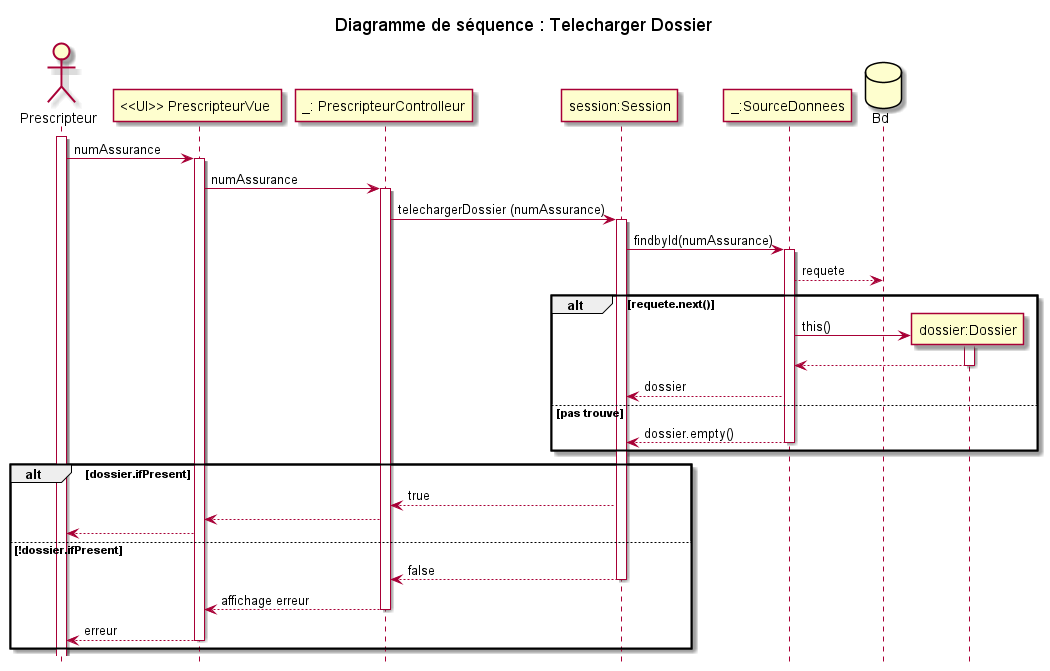
Before: models/Diagramme_Sequences/Telecharger_dossier/sequence_diagram_telechargerDossier.png, a diagram exported from PlantUML (fethiuqam/INF5153-Projet-Session). The source it was exported from:
```plantuml
@startuml

title Diagramme de séquence : Telecharger Dossier
hide footbox

actor "Prescripteur" as doc

participant "<<UI>> PrescripteurVue " as pv
participant "_: PrescripteurControlleur" as pc
participant "session:Session" as ses
participant "_:SourceDonnees" as sd
database "Bd" as bd

activate doc
doc -> pv : numAssurance
activate pv
pv -> pc : numAssurance
activate pc
pc -> ses : telechargerDossier (numAssurance)
activate ses
ses -> sd : findbyId(numAssurance)
activate sd
sd --> bd : requete
alt requete.next()
    create participant "dossier:Dossier" as d
    sd -> d : this()
    activate d
    d --> sd
    deactivate d
    sd --> ses : dossier
else pas trouve
    sd --> ses : dossier.empty()
    deactivate sd
end

alt dossier.ifPresent
    ses --> pc : true
    pc --> pv
    pv --> doc
else !dossier.ifPresent
    ses --> pc : false
    deactivate ses
    pc --> pv : affichage erreur
    deactivate pc
    pv --> doc : erreur
    deactivate pv
end

@enduml
```
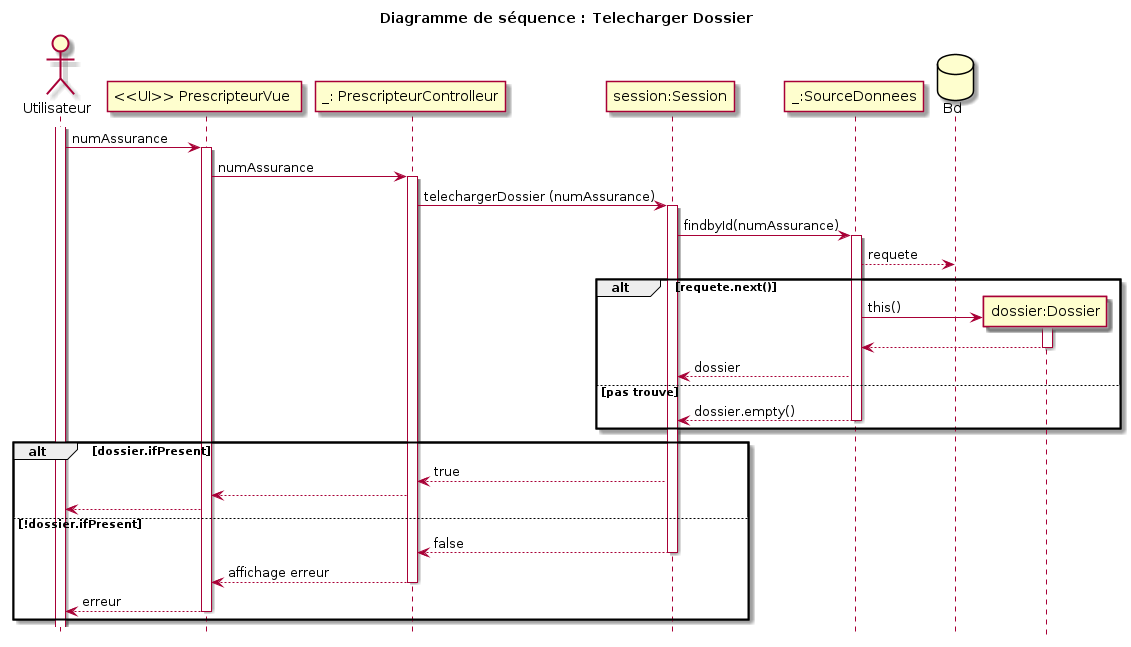
After the change.

Commit message:
ajout de quelques introductions pour les diagrammes

What changed in the source:
```diff
@@ -3,7 +3,7 @@
 title Diagramme de séquence : Telecharger Dossier
 hide footbox
 
-actor "Prescripteur" as doc
+actor "Utilisateur" as doc
 
 participant "<<UI>> PrescripteurVue " as pv
 participant "_: PrescripteurControlleur" as pc
```
